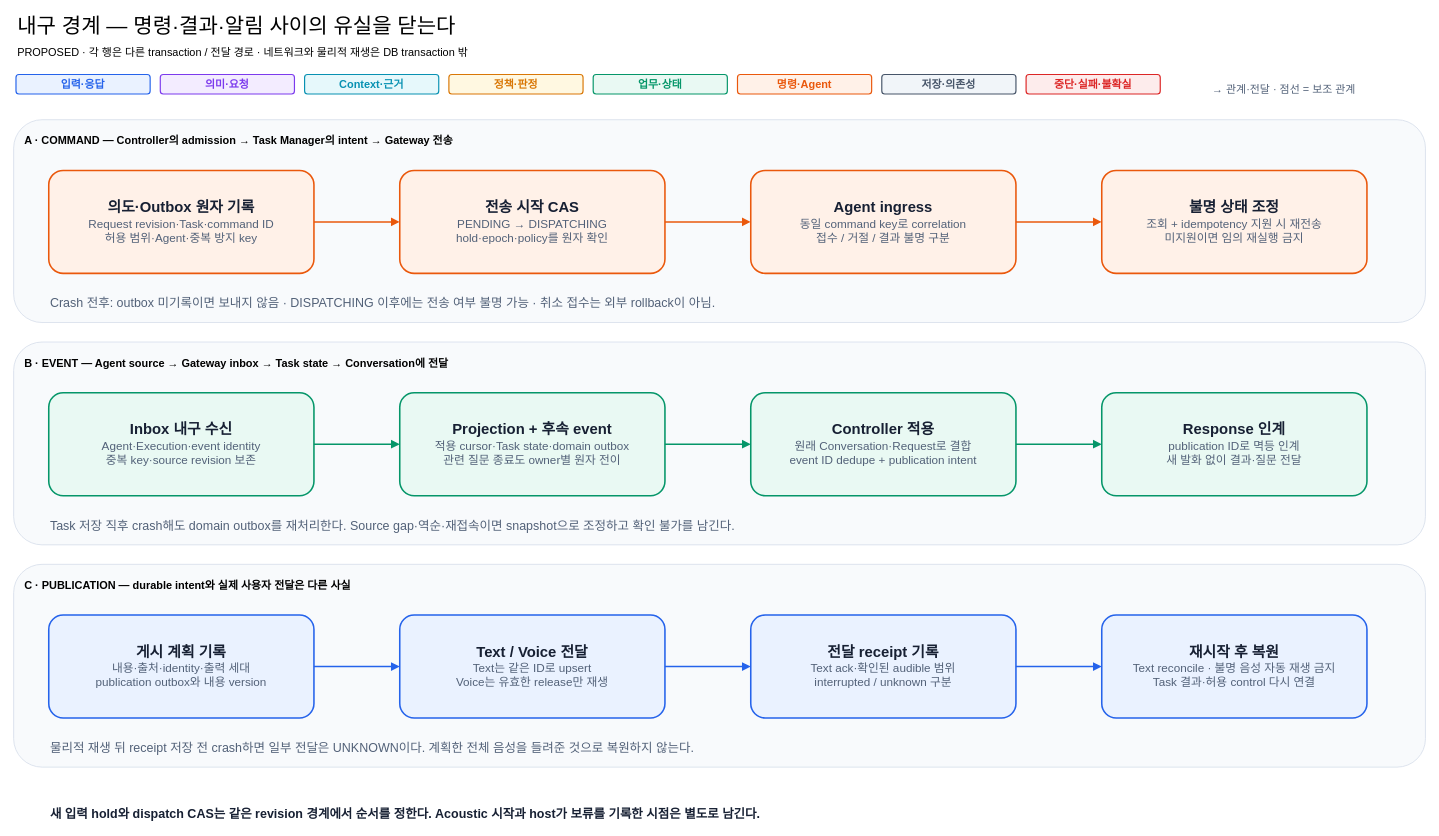
Earlier version of the draw.io diagram docs/architecture/12-decisions/target-architecture/diagrams/05-dispatch-and-recovery.drawio (cbyche/via-sw-architecture). Source tidied: cells renumbered, new cells numbered last; positions are measured from the earlier drawing's top-left corner, leaving out a move shared by most shapes. Both pictures are drawn from the tidied source at 78%, with x=0, y=0 at pixel (13, 14).
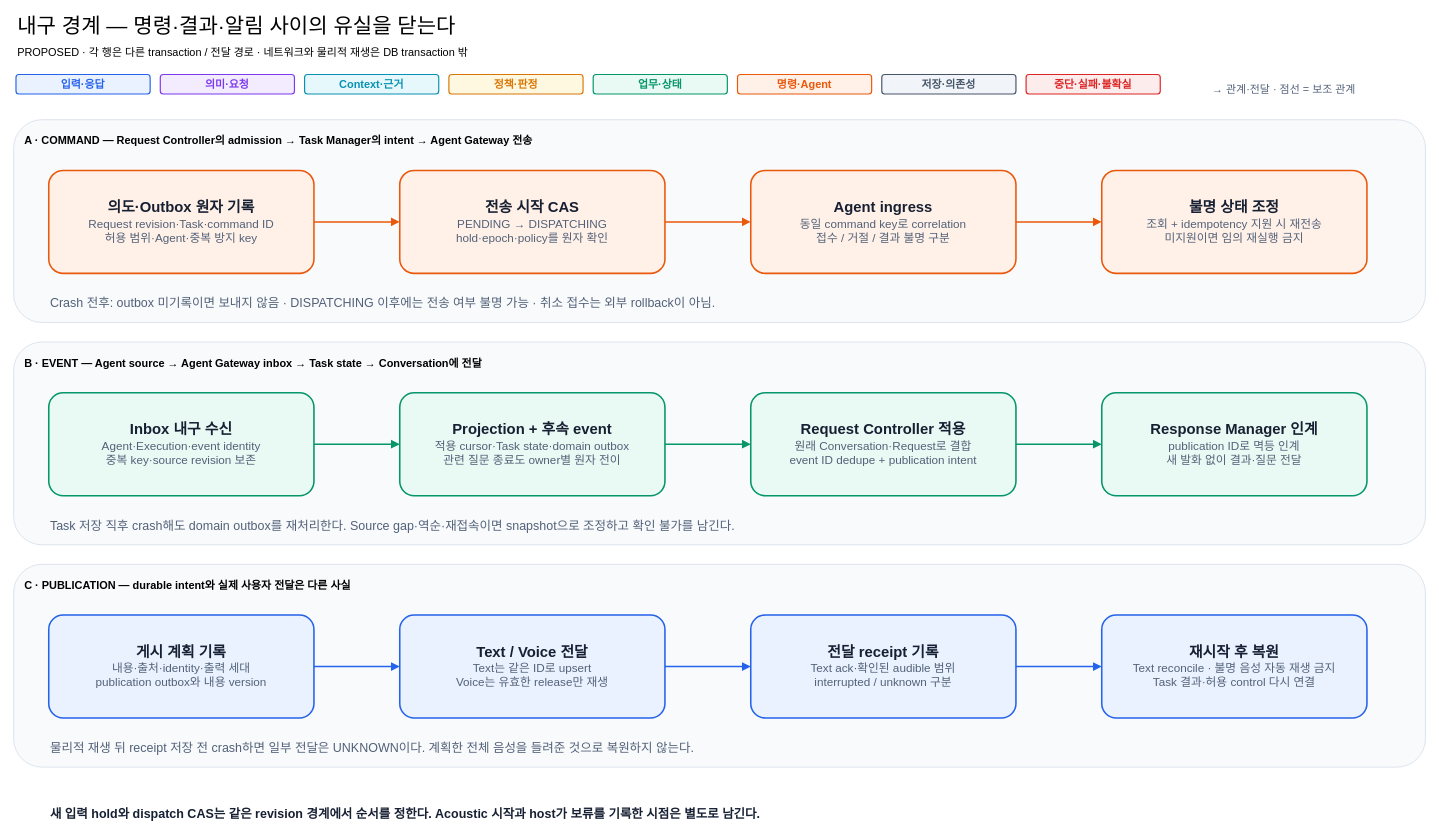
The same page after the edit.

Change to the diagram source:
```diff
@@
-    <mxCell id="2" value="A · COMMAND — Controller의 admission → Task Manager의 intent → Gateway 전송" style="rounded=1;whiteSpace=wrap;html=1;verticalAlign=top;align=left;spacingTop=12;spacingLeft=12;fontStyle=1;fontSize=14;fillColor=#F8FAFC;strokeColor=#D5DDE9;dashed=0;arcSize=14;" parent="1" vertex="1">
+    <mxCell id="2" value="A · COMMAND — Request Controller의 admission → Task Manager의 intent → Agent Gateway 전송" style="rounded=1;whiteSpace=wrap;html=1;verticalAlign=top;align=left;spacingTop=12;spacingLeft=12;fontStyle=1;fontSize=14;fillColor=#F8FAFC;strokeColor=#D5DDE9;dashed=0;arcSize=14;" parent="1" vertex="1">
       <mxGeometry y="135" width="1810" height="260" as="geometry" />
     </mxCell>
-    <mxCell id="3" value="B · EVENT — Agent source → Gateway inbox → Task state → Conversation에 전달" style="rounded=1;whiteSpace=wrap;html=1;verticalAlign=top;align=left;spacingTop=12;spacingLeft=12;fontStyle=1;fontSize=14;fillColor=#F8FAFC;strokeColor=#D5DDE9;dashed=0;arcSize=14;" parent="1" vertex="1">
+    <mxCell id="3" value="B · EVENT — Agent source → Agent Gateway inbox → Task state → Conversation에 전달" style="rounded=1;whiteSpace=wrap;html=1;verticalAlign=top;align=left;spacingTop=12;spacingLeft=12;fontStyle=1;fontSize=14;fillColor=#F8FAFC;strokeColor=#D5DDE9;dashed=0;arcSize=14;" parent="1" vertex="1">
       <mxGeometry y="420" width="1810" height="260" as="geometry" />
     </mxCell>
@@
-    <mxCell id="11" value="&lt;div style='font-size:19px;font-weight:bold'&gt;Controller 적용&lt;/div&gt;&lt;div style='font-size:15px;color:#526178'&gt;원래 Conversation·Request로 결합&lt;/div&gt;&lt;div style='font-size:15px;color:#526178'&gt;event ID dedupe + publication intent&lt;/div&gt;" style="shape=rectangle;rounded=1;whiteSpace=wrap;html=1;fillColor=#E9F9F3;strokeColor=#059669;strokeWidth=2;fontColor=#172033;dashed=0;arcSize=14;spacing=10;" parent="1" vertex="1">
+    <mxCell id="11" value="&lt;div style='font-size:19px;font-weight:bold'&gt;Request Controller 적용&lt;/div&gt;&lt;div style='font-size:15px;color:#526178'&gt;원래 Conversation·Request로 결합&lt;/div&gt;&lt;div style='font-size:15px;color:#526178'&gt;event ID dedupe + publication intent&lt;/div&gt;" style="shape=rectangle;rounded=1;whiteSpace=wrap;html=1;fillColor=#E9F9F3;strokeColor=#059669;strokeWidth=2;fontColor=#172033;dashed=0;arcSize=14;spacing=10;" parent="1" vertex="1">
       <mxGeometry x="945" y="485" width="340" height="132" as="geometry" />
     </mxCell>
-    <mxCell id="12" value="&lt;div style='font-size:19px;font-weight:bold'&gt;Response 인계&lt;/div&gt;&lt;div style='font-size:15px;color:#526178'&gt;publication ID로 멱등 인계&lt;/div&gt;&lt;div style='font-size:15px;color:#526178'&gt;새 발화 없이 결과·질문 전달&lt;/div&gt;" style="shape=rectangle;rounded=1;whiteSpace=wrap;html=1;fillColor=#E9F9F3;strokeColor=#059669;strokeWidth=2;fontColor=#172033;dashed=0;arcSize=14;spacing=10;" parent="1" vertex="1">
+    <mxCell id="12" value="&lt;div style='font-size:19px;font-weight:bold'&gt;Response Manager 인계&lt;/div&gt;&lt;div style='font-size:15px;color:#526178'&gt;publication ID로 멱등 인계&lt;/div&gt;&lt;div style='font-size:15px;color:#526178'&gt;새 발화 없이 결과·질문 전달&lt;/div&gt;" style="shape=rectangle;rounded=1;whiteSpace=wrap;html=1;fillColor=#E9F9F3;strokeColor=#059669;strokeWidth=2;fontColor=#172033;dashed=0;arcSize=14;spacing=10;" parent="1" vertex="1">
       <mxGeometry x="1395" y="485" width="340" height="132" as="geometry" />
     </mxCell>
```
